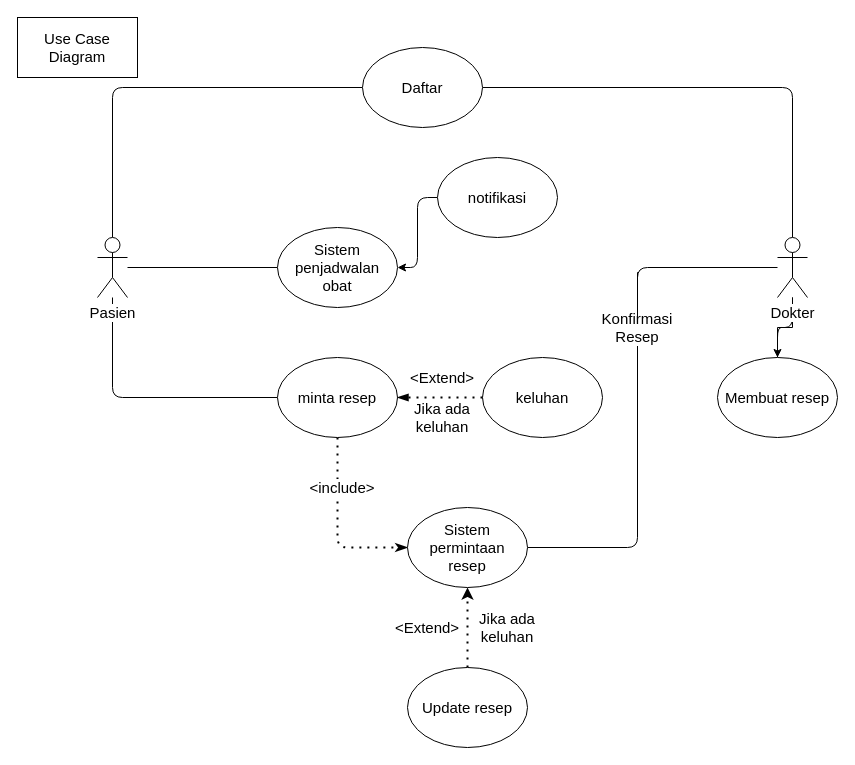
Before: Untitled Diagram.drawio in WidadAbida/Praktikum-PPL, a draw.io diagram. Source tidied: cells renumbered, new cells numbered last; positions are measured from the earlier drawing's top-left corner, leaving out a move shared by most shapes. Both pictures are drawn from the tidied source at 100%, with x=0, y=0 at pixel (17, 17).
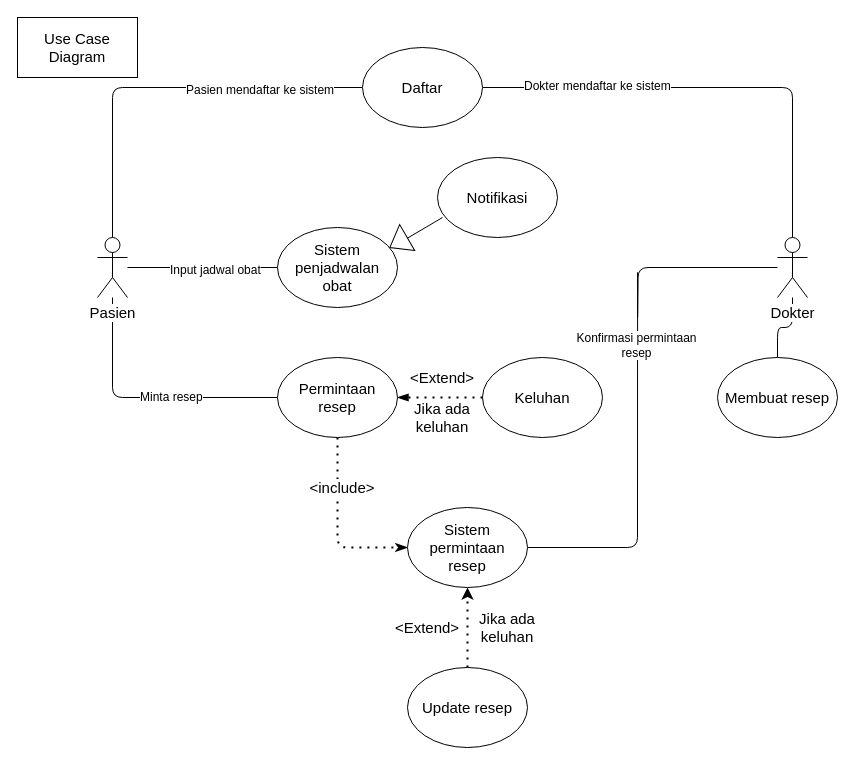
Above is the later version.

The change refers to these unchanged cells:
```xml
<mxCell id="2" style="endArrow=none;html=1;fontFamily=Helvetica;fontSize=15;fontColor=#000000;align=center;strokeColor=#000000;edgeStyle=orthogonalEdgeStyle;" parent="1" edge="1" source="5" target="11">
  <mxGeometry relative="1" as="geometry">
    <Array as="points">
      <mxPoint x="95" y="70" />
    </Array>
  </mxGeometry>
</mxCell>
<mxCell id="3" style="endArrow=none;html=1;fontFamily=Helvetica;fontSize=15;fontColor=#000000;align=center;strokeColor=#000000;edgeStyle=orthogonalEdgeStyle;" parent="1" edge="1" source="5" target="12">
  <mxGeometry relative="1" as="geometry" />
</mxCell>
<mxCell id="4" style="endArrow=none;html=1;fontFamily=Helvetica;fontSize=15;fontColor=#000000;align=center;strokeColor=#000000;edgeStyle=orthogonalEdgeStyle;" parent="1" edge="1" source="5" target="14">
  <mxGeometry relative="1" as="geometry">
    <Array as="points">
      <mxPoint x="95" y="380" />
    </Array>
  </mxGeometry>
</mxCell>
<mxCell id="6" style="endArrow=none;html=1;fontFamily=Helvetica;fontSize=15;fontColor=#000000;align=center;strokeColor=#000000;edgeStyle=orthogonalEdgeStyle;" parent="1" edge="1" source="10" target="11">
  <mxGeometry relative="1" as="geometry">
    <Array as="points">
      <mxPoint x="775" y="70" />
    </Array>
  </mxGeometry>
</mxCell>
<mxCell id="10" value="Dokter" style="shape=umlActor;verticalLabelPosition=bottom;verticalAlign=top;html=1;outlineConnect=0;labelBackgroundColor=#ffffff;fontSize=15;" parent="1" vertex="1">
  <mxGeometry x="760" y="220" width="30" height="60" as="geometry" />
</mxCell>
<mxCell id="12" value="Sistem penjadwalan&lt;br style=&quot;font-size: 15px;&quot;&gt;obat" style="ellipse;whiteSpace=wrap;html=1;fontSize=15;" parent="1" vertex="1">
  <mxGeometry x="260" y="210" width="120" height="80" as="geometry" />
</mxCell>
<mxCell id="17" value="Sistem permintaan&lt;br&gt;resep" style="ellipse;whiteSpace=wrap;html=1;fontSize=15;" parent="1" vertex="1">
  <mxGeometry x="390" y="490" width="120" height="80" as="geometry" />
</mxCell>
<mxCell id="18" value="Membuat resep" style="ellipse;whiteSpace=wrap;html=1;fontSize=15;" parent="1" vertex="1">
  <mxGeometry x="700" y="340" width="120" height="80" as="geometry" />
</mxCell>
```

Diff of the diagram source:
```diff
@@
+    <mxCell id="31" value="Pasien mendaftar ke sistem" style="edgeLabel;html=1;align=left;verticalAlign=middle;fontSize=12;" parent="2" vertex="1">
+      <mxGeometry x="-0.26" y="-72" relative="1" as="geometry" />
+    </mxCell>
@@
+    <mxCell id="32" value="Input jadwal obat" style="edgeLabel;html=1;align=left;verticalAlign=middle;fontSize=12;" parent="3" vertex="1">
+      <mxGeometry x="-0.46" y="-2" relative="1" as="geometry" />
+    </mxCell>
@@
+    <mxCell id="33" value="Minta resep" style="edgeLabel;html=1;align=left;verticalAlign=middle;fontSize=12;" parent="4" vertex="1">
+      <mxGeometry x="-0.25" y="26" relative="1" as="geometry" />
+    </mxCell>
@@
+    <mxCell id="34" value="Dokter mendaftar ke sistem" style="edgeLabel;html=1;align=left;verticalAlign=middle;fontSize=12;" parent="6" vertex="1">
+      <mxGeometry x="0.82" y="-2" relative="1" as="geometry">
+        <mxPoint x="-1" as="offset" />
+      </mxGeometry>
+    </mxCell>
-    <mxCell id="7" style="endArrow=none;html=1;fontFamily=Helvetica;fontSize=15;fontColor=#000000;align=center;endFill=1;strokeColor=#000000;edgeStyle=orthogonalEdgeStyle;" parent="1" edge="1" source="28" target="17">
+    <mxCell id="7" style="endArrow=none;html=1;fontFamily=Helvetica;fontSize=15;fontColor=#000000;align=center;endFill=1;strokeColor=#000000;edgeStyle=orthogonalEdgeStyle;" parent="1" edge="1" target="17">
       <mxGeometry relative="1" as="geometry">
+        <mxPoint x="620.1" y="300" as="sourcePoint" />
         <Array as="points">
           <mxPoint x="620" y="250" />
           <mxPoint x="620" y="530" />
         </Array>
       </mxGeometry>
     </mxCell>
+    <mxCell id="35" value="Konfirmasi permintaan&lt;br style=&quot;font-size: 12px;&quot;&gt;resep" style="edgeLabel;html=1;align=center;verticalAlign=middle;fontSize=12;" parent="7" vertex="1">
+      <mxGeometry x="-0.42" y="-2" relative="1" as="geometry" />
+    </mxCell>
@@
-    <mxCell id="9" style="edgeStyle=orthogonalEdgeStyle;rounded=0;jettySize=auto;html=1;endArrow=classic;endFill=1;targetPerimeterSpacing=0;fontSize=15;" parent="1" edge="1" source="10" target="18">
-      <mxGeometry relative="1" as="geometry" />
-    </mxCell>
@@
-    <mxCell id="14" value="minta resep" style="ellipse;whiteSpace=wrap;html=1;fontSize=15;" parent="1" vertex="1">
+    <mxCell id="14" value="Permintaan&lt;br&gt;resep" style="ellipse;whiteSpace=wrap;html=1;fontSize=15;" parent="1" vertex="1">
       <mxGeometry x="260" y="340" width="120" height="80" as="geometry" />
     </mxCell>
-    <mxCell id="15" style="endArrow=classic;html=1;fontFamily=Helvetica;fontSize=15;fontColor=#000000;align=center;strokeColor=#000000;edgeStyle=orthogonalEdgeStyle;" parent="1" edge="1" source="16" target="12">
-      <mxGeometry relative="1" as="geometry" />
-    </mxCell>
-    <mxCell id="16" value="notifikasi" style="ellipse;whiteSpace=wrap;html=1;fontSize=15;" parent="1" vertex="1">
+    <mxCell id="16" value="Notifikasi" style="ellipse;whiteSpace=wrap;html=1;fontSize=15;" parent="1" vertex="1">
       <mxGeometry x="420" y="140" width="120" height="80" as="geometry" />
     </mxCell>
@@
-    <mxCell id="19" value="keluhan" style="ellipse;whiteSpace=wrap;html=1;fontSize=15;" parent="1" vertex="1">
+    <mxCell id="19" value="Keluhan" style="ellipse;whiteSpace=wrap;html=1;fontSize=15;" parent="1" vertex="1">
       <mxGeometry x="465" y="340" width="120" height="80" as="geometry" />
     </mxCell>
@@
-    <mxCell id="28" value="Konfirmasi&lt;br style=&quot;font-size: 15px;&quot;&gt;Resep" style="text;html=1;align=center;verticalAlign=middle;whiteSpace=wrap;rounded=0;fillColor=#ffffff;fontSize=15;labelBackgroundColor=#ffffff;" parent="1" vertex="1">
-      <mxGeometry x="600" y="300" width="40" height="20" as="geometry" />
-    </mxCell>
-    <mxCell id="29" style="endArrow=none;html=1;fontFamily=Helvetica;fontSize=15;fontColor=#000000;align=center;endFill=1;strokeColor=#000000;edgeStyle=orthogonalEdgeStyle;" parent="1" edge="1" source="10" target="28">
-      <mxGeometry relative="1" as="geometry" />
+    <mxCell id="29" style="endArrow=none;html=1;fontFamily=Helvetica;fontSize=15;fontColor=#000000;align=center;endFill=1;strokeColor=#000000;edgeStyle=orthogonalEdgeStyle;" parent="1" edge="1" source="10">
+      <mxGeometry relative="1" as="geometry">
+        <mxPoint x="620.1" y="300" as="targetPoint" />
+      </mxGeometry>
     </mxCell>
@@
+    <mxCell id="36" style="triangle;whiteSpace=wrap;html=1;rotation=-210;" parent="1" vertex="1">
+      <mxGeometry x="371" y="210" width="20" height="30" as="geometry" />
+    </mxCell>
+    <mxCell id="37" style="endArrow=none;html=1;exitX=0.014;exitY=0.476;exitDx=0;exitDy=0;entryX=0.042;entryY=0.75;entryDx=0;entryDy=0;entryPerimeter=0;exitPerimeter=0;" parent="1" edge="1" source="36" target="16">
+      <mxGeometry relative="1" as="geometry" />
+    </mxCell>
```
